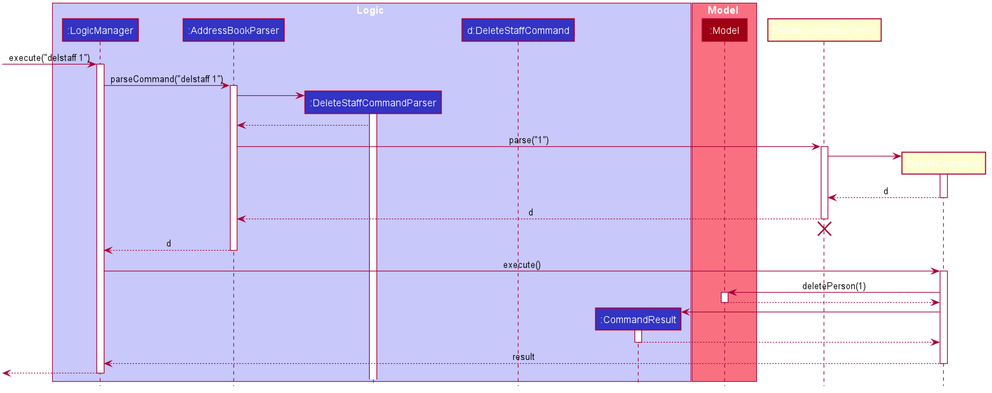
This is docs/images/DeleteSequenceDiagram.png from nus-cs2103-AY2021S1/tp, a PlantUML export, as it was before one commit.
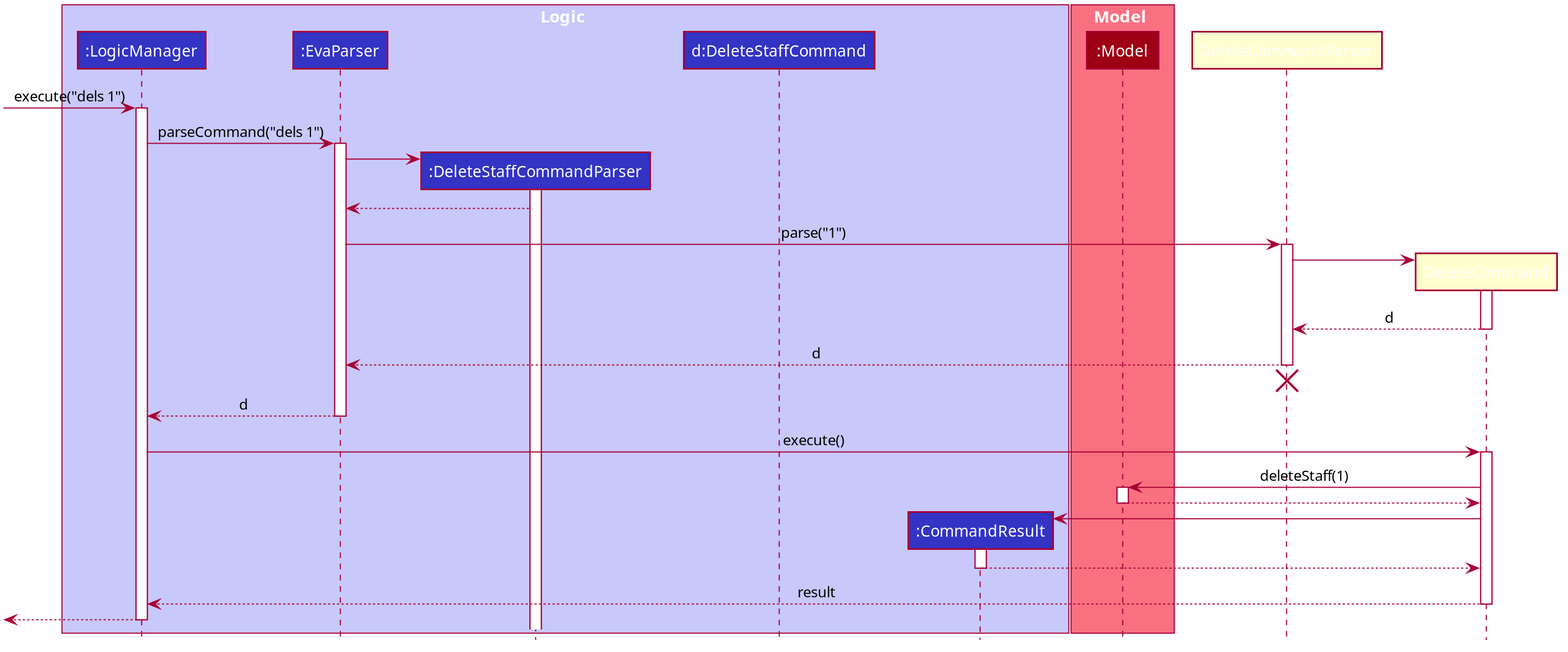
Above is the later version.

What changed in the source:
```diff
@@ -51,7 +51,7 @@
 
 box Logic #C8C8FA
 participant ":LogicManager" as LogicManager #3333C4
-participant ":AddressBookParser" as AddressBookParser #3333C4
+participant ":EvaParser" as EvaParser #3333C4
 participant ":DeleteStaffCommandParser" as DeleteStaffCommandParser #3333C4
 participant "d:DeleteStaffCommand" as DeleteStaffCommand #3333C4
 participant ":CommandResult" as CommandResult #3333C4
@@ -61,20 +61,20 @@
 participant ":Model" as Model #9D0012
 end box
 
-[-> LogicManager : execute("delstaff 1")
+[-> LogicManager : execute("dels 1")
 activate LogicManager
 
-LogicManager -> AddressBookParser : parseCommand("delstaff 1")
-activate AddressBookParser
+LogicManager -> EvaParser : parseCommand("dels 1")
+activate EvaParser
 
 create DeleteStaffCommandParser
-AddressBookParser -> DeleteStaffCommandParser
+EvaParser -> DeleteStaffCommandParser
 activate DeleteStaffCommandParser
 
-DeleteStaffCommandParser --> AddressBookParser
+DeleteStaffCommandParser --> EvaParser
 deactivate DeleteCommandParser
 
-AddressBookParser -> DeleteCommandParser : parse("1")
+EvaParser -> DeleteCommandParser : parse("1")
 activate DeleteCommandParser
 
 create DeleteCommand
@@ -84,18 +84,18 @@
 DeleteCommand --> DeleteCommandParser : d
 deactivate DeleteCommand
 
-DeleteCommandParser --> AddressBookParser : d
+DeleteCommandParser --> EvaParser : d
 deactivate DeleteCommandParser
-DeleteCommandParser -[hidden]-> AddressBookParser
+DeleteCommandParser -[hidden]-> EvaParser
 destroy DeleteCommandParser
 
-AddressBookParser --> LogicManager : d
-deactivate AddressBookParser
+EvaParser --> LogicManager : d
+deactivate EvaParser
 
 LogicManager -> DeleteCommand : execute()
 activate DeleteCommand
 
-DeleteCommand -> Model : deletePerson(1)
+DeleteCommand -> Model : deleteStaff(1)
 activate Model
 
 Model --> DeleteCommand
```
